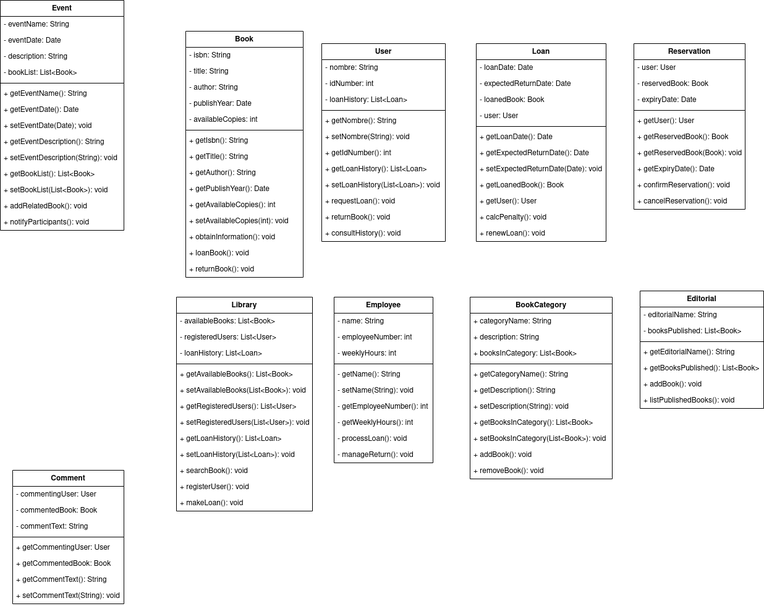
Before: proyecto/classdiagram/classdiagramlibrary.png, a diagram exported from draw.io (mackstm/ets). Source tidied: cells renumbered, new cells last; positions are measured from the earlier drawing's top-left corner, leaving out a move shared by most shapes.
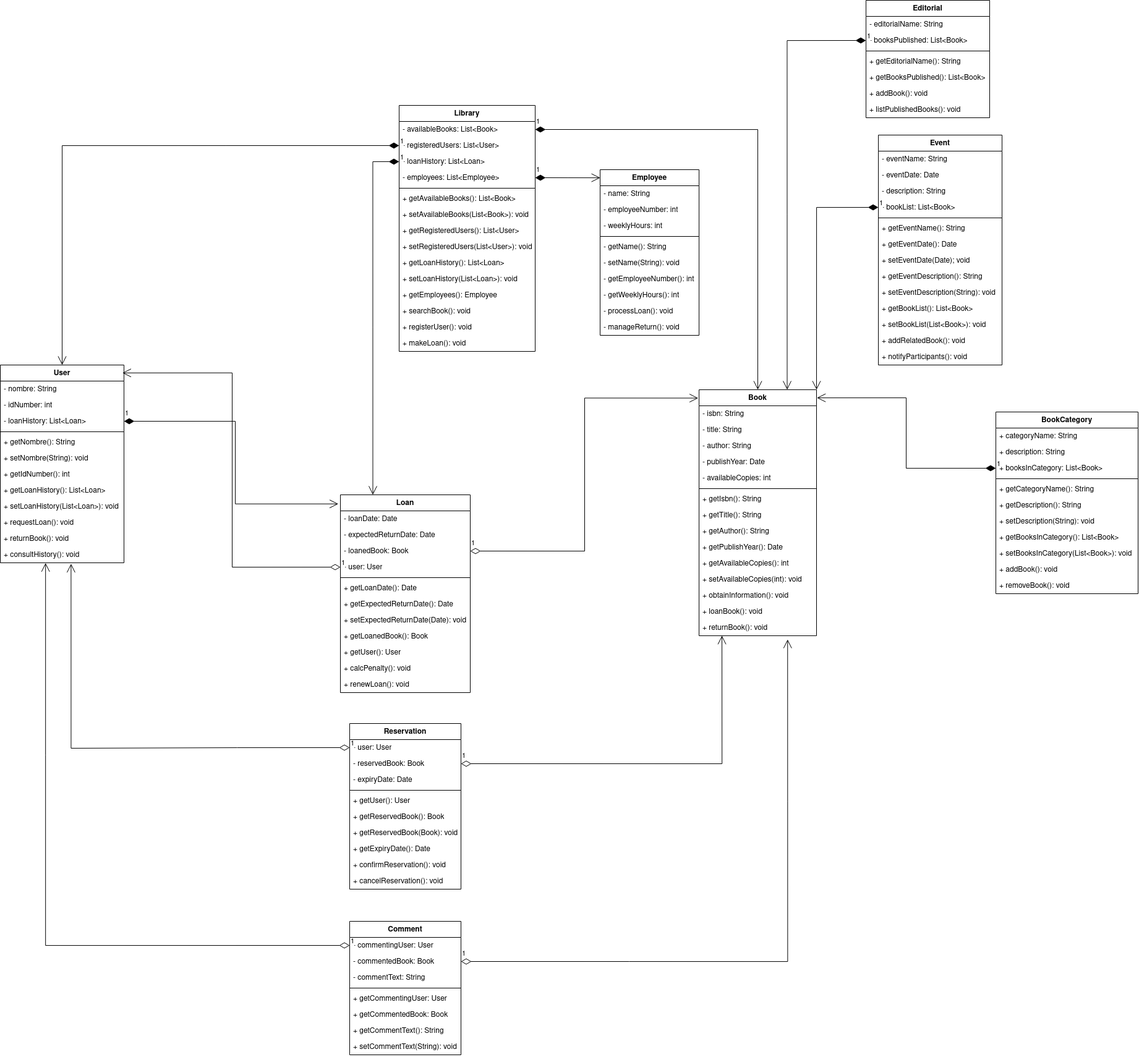
Later version of the same file.

Diff of the diagram source:
```diff
@@ -3,7 +3,7 @@
     <mxCell id="0" />
     <mxCell id="1" parent="0" />
     <mxCell id="2" value="Book" style="swimlane;fontStyle=1;align=center;verticalAlign=top;horizontal=1;startSize=26;whiteSpace=wrap;html=1;" parent="1" vertex="1">
-      <mxGeometry x="300" y="50" width="190" height="398" as="geometry" />
+      <mxGeometry x="630" y="770" width="190" height="398" as="geometry" />
     </mxCell>
     <mxCell id="3" value="- isbn: String" style="text;strokeColor=none;fillColor=none;align=left;verticalAlign=top;spacingLeft=4;spacingRight=4;overflow=hidden;whiteSpace=wrap;html=1;" parent="2" vertex="1">
       <mxGeometry y="26" width="190" height="26" as="geometry" />
@@ -51,7 +51,7 @@
       <mxGeometry y="372" width="190" height="26" as="geometry" />
     </mxCell>
     <mxCell id="18" value="Reservation" style="swimlane;fontStyle=1;align=center;verticalAlign=top;horizontal=1;startSize=26;whiteSpace=wrap;html=1;" parent="1" vertex="1">
-      <mxGeometry x="1025" y="70" width="180" height="268" as="geometry" />
+      <mxGeometry x="65" y="1310" width="180" height="268" as="geometry" />
     </mxCell>
     <mxCell id="19" value="- user: User" style="text;strokeColor=none;fillColor=none;align=left;verticalAlign=top;spacingLeft=4;spacingRight=4;overflow=hidden;points=[[0,0.5],[1,0.5]];portConstraint=eastwest;whiteSpace=wrap;html=1;" parent="18" vertex="1">
       <mxGeometry y="26" width="180" height="26" as="geometry" />
@@ -84,7 +84,7 @@
       <mxGeometry y="242" width="180" height="26" as="geometry" />
     </mxCell>
     <mxCell id="29" value="Library" style="swimlane;fontStyle=1;align=center;verticalAlign=top;horizontal=1;startSize=26;whiteSpace=wrap;html=1;" parent="1" vertex="1">
-      <mxGeometry x="285" y="480" width="220" height="346" as="geometry" />
+      <mxGeometry x="145" y="310" width="220" height="398" as="geometry" />
     </mxCell>
     <mxCell id="30" value="- availableBooks: List&amp;lt;Book&amp;gt;" style="text;strokeColor=none;fillColor=none;align=left;verticalAlign=top;spacingLeft=4;spacingRight=4;overflow=hidden;points=[[0,0.5],[1,0.5]];portConstraint=eastwest;whiteSpace=wrap;html=1;" parent="29" vertex="1">
       <mxGeometry y="26" width="220" height="26" as="geometry" />
@@ -95,38 +95,44 @@
     <mxCell id="32" value="- loanHistory: List&amp;lt;Loan&amp;gt;" style="text;strokeColor=none;fillColor=none;align=left;verticalAlign=top;spacingLeft=4;spacingRight=4;overflow=hidden;points=[[0,0.5],[1,0.5]];portConstraint=eastwest;whiteSpace=wrap;html=1;" parent="29" vertex="1">
       <mxGeometry y="78" width="220" height="26" as="geometry" />
     </mxCell>
+    <mxCell id="124" value="- employees: List&amp;lt;Employee&amp;gt;" style="text;strokeColor=none;fillColor=none;align=left;verticalAlign=top;spacingLeft=4;spacingRight=4;overflow=hidden;points=[[0,0.5],[1,0.5]];portConstraint=eastwest;whiteSpace=wrap;html=1;" parent="29" vertex="1">
+      <mxGeometry y="104" width="220" height="26" as="geometry" />
+    </mxCell>
     <mxCell id="33" style="line;strokeWidth=1;fillColor=none;align=left;verticalAlign=middle;spacingTop=-1;spacingLeft=3;spacingRight=3;labelPosition=right;strokeColor=inherit;" parent="29" vertex="1">
-      <mxGeometry y="104" width="220" height="8" as="geometry" />
+      <mxGeometry y="130" width="220" height="8" as="geometry" />
     </mxCell>
     <mxCell id="34" value="+ getAvailableBooks(): List&amp;lt;Book&amp;gt;" style="text;strokeColor=none;fillColor=none;align=left;verticalAlign=top;spacingLeft=4;spacingRight=4;overflow=hidden;whiteSpace=wrap;html=1;" parent="29" vertex="1">
-      <mxGeometry y="112" width="220" height="26" as="geometry" />
+      <mxGeometry y="138" width="220" height="26" as="geometry" />
     </mxCell>
     <mxCell id="35" value="+ setAvailableBooks(List&amp;lt;Book&amp;gt;): void" style="text;strokeColor=none;fillColor=none;align=left;verticalAlign=top;spacingLeft=4;spacingRight=4;overflow=hidden;whiteSpace=wrap;html=1;" parent="29" vertex="1">
-      <mxGeometry y="138" width="220" height="26" as="geometry" />
+      <mxGeometry y="164" width="220" height="26" as="geometry" />
     </mxCell>
     <mxCell id="36" value="+ getRegisteredUsers(): List&amp;lt;User&amp;gt;" style="text;strokeColor=none;fillColor=none;align=left;verticalAlign=top;spacingLeft=4;spacingRight=4;overflow=hidden;whiteSpace=wrap;html=1;" parent="29" vertex="1">
-      <mxGeometry y="164" width="220" height="26" as="geometry" />
+      <mxGeometry y="190" width="220" height="26" as="geometry" />
     </mxCell>
     <mxCell id="37" value="+ setRegisteredUsers(List&amp;lt;User&amp;gt;): void" style="text;strokeColor=none;fillColor=none;align=left;verticalAlign=top;spacingLeft=4;spacingRight=4;overflow=hidden;whiteSpace=wrap;html=1;" parent="29" vertex="1">
-      <mxGeometry y="190" width="220" height="26" as="geometry" />
+      <mxGeometry y="216" width="220" height="26" as="geometry" />
     </mxCell>
     <mxCell id="38" value="+ getLoanHistory(): List&amp;lt;Loan&amp;gt;" style="text;strokeColor=none;fillColor=none;align=left;verticalAlign=top;spacingLeft=4;spacingRight=4;overflow=hidden;whiteSpace=wrap;html=1;" parent="29" vertex="1">
-      <mxGeometry y="216" width="220" height="26" as="geometry" />
+      <mxGeometry y="242" width="220" height="26" as="geometry" />
     </mxCell>
     <mxCell id="39" value="+ setLoanHistory(List&amp;lt;Loan&amp;gt;): void" style="text;strokeColor=none;fillColor=none;align=left;verticalAlign=top;spacingLeft=4;spacingRight=4;overflow=hidden;whiteSpace=wrap;html=1;" parent="29" vertex="1">
-      <mxGeometry y="242" width="220" height="26" as="geometry" />
+      <mxGeometry y="268" width="220" height="26" as="geometry" />
     </mxCell>
+    <mxCell id="125" value="+ getEmployees(): Employee" style="text;strokeColor=none;fillColor=none;align=left;verticalAlign=top;spacingLeft=4;spacingRight=4;overflow=hidden;whiteSpace=wrap;html=1;" parent="29" vertex="1">
+      <mxGeometry y="294" width="220" height="26" as="geometry" />
+    </mxCell>
     <mxCell id="40" value="+ searchBook(): void" style="text;strokeColor=none;fillColor=none;align=left;verticalAlign=top;spacingLeft=4;spacingRight=4;overflow=hidden;whiteSpace=wrap;html=1;" parent="29" vertex="1">
-      <mxGeometry y="268" width="220" height="26" as="geometry" />
+      <mxGeometry y="320" width="220" height="26" as="geometry" />
     </mxCell>
     <mxCell id="41" value="+ registerUser(): void" style="text;strokeColor=none;fillColor=none;align=left;verticalAlign=top;spacingLeft=4;spacingRight=4;overflow=hidden;whiteSpace=wrap;html=1;" parent="29" vertex="1">
-      <mxGeometry y="294" width="220" height="26" as="geometry" />
+      <mxGeometry y="346" width="220" height="26" as="geometry" />
     </mxCell>
     <mxCell id="42" value="+ makeLoan(): void" style="text;strokeColor=none;fillColor=none;align=left;verticalAlign=top;spacingLeft=4;spacingRight=4;overflow=hidden;whiteSpace=wrap;html=1;" parent="29" vertex="1">
-      <mxGeometry y="320" width="220" height="26" as="geometry" />
+      <mxGeometry y="372" width="220" height="26" as="geometry" />
     </mxCell>
     <mxCell id="43" value="User" style="swimlane;fontStyle=1;align=center;verticalAlign=top;horizontal=1;startSize=26;whiteSpace=wrap;html=1;" parent="1" vertex="1">
-      <mxGeometry x="520" y="70" width="200" height="320" as="geometry" />
+      <mxGeometry x="-500" y="730" width="200" height="320" as="geometry" />
     </mxCell>
     <mxCell id="44" value="&lt;div&gt;- nombre: String&lt;br&gt;&lt;/div&gt;" style="text;strokeColor=none;fillColor=none;align=left;verticalAlign=top;spacingLeft=4;spacingRight=4;overflow=hidden;whiteSpace=wrap;html=1;" parent="43" vertex="1">
       <mxGeometry y="26" width="200" height="26" as="geometry" />
@@ -165,7 +171,7 @@
       <mxGeometry y="294" width="200" height="26" as="geometry" />
     </mxCell>
     <mxCell id="56" value="Event" style="swimlane;fontStyle=1;align=center;verticalAlign=top;horizontal=1;startSize=26;whiteSpace=wrap;html=1;" parent="1" vertex="1">
-      <mxGeometry width="200" height="372" as="geometry" />
+      <mxGeometry x="920" y="358" width="200" height="372" as="geometry" />
     </mxCell>
     <mxCell id="57" value="- eventName: String" style="text;strokeColor=none;fillColor=none;align=left;verticalAlign=top;spacingLeft=4;spacingRight=4;overflow=hidden;whiteSpace=wrap;html=1;" parent="56" vertex="1">
       <mxGeometry y="26" width="200" height="26" as="geometry" />
@@ -210,7 +216,7 @@
       <mxGeometry y="346" width="200" height="26" as="geometry" />
     </mxCell>
     <mxCell id="71" value="Employee" style="swimlane;fontStyle=1;align=center;verticalAlign=top;horizontal=1;startSize=26;whiteSpace=wrap;html=1;" parent="1" vertex="1">
-      <mxGeometry x="540" y="480" width="160" height="268" as="geometry" />
+      <mxGeometry x="470" y="414" width="160" height="268" as="geometry" />
     </mxCell>
     <mxCell id="72" value="- name: String" style="text;strokeColor=none;fillColor=none;align=left;verticalAlign=top;spacingLeft=4;spacingRight=4;overflow=hidden;whiteSpace=wrap;html=1;" parent="71" vertex="1">
       <mxGeometry y="26" width="160" height="26" as="geometry" />
@@ -243,7 +249,7 @@
       <mxGeometry y="242" width="160" height="26" as="geometry" />
     </mxCell>
     <mxCell id="82" value="BookCategory" style="swimlane;fontStyle=1;align=center;verticalAlign=top;horizontal=1;startSize=26;whiteSpace=wrap;html=1;" parent="1" vertex="1">
-      <mxGeometry x="760" y="480" width="230" height="294" as="geometry" />
+      <mxGeometry x="1110" y="806" width="230" height="294" as="geometry" />
     </mxCell>
     <mxCell id="83" value="+ categoryName: String" style="text;strokeColor=none;fillColor=none;align=left;verticalAlign=top;spacingLeft=4;spacingRight=4;overflow=hidden;whiteSpace=wrap;html=1;" parent="82" vertex="1">
       <mxGeometry y="26" width="230" height="26" as="geometry" />
@@ -279,7 +285,7 @@
       <mxGeometry y="268" width="230" height="26" as="geometry" />
     </mxCell>
     <mxCell id="94" value="Loan" style="swimlane;fontStyle=1;align=center;verticalAlign=top;horizontal=1;startSize=26;whiteSpace=wrap;html=1;" parent="1" vertex="1">
-      <mxGeometry x="770" y="70" width="210" height="320" as="geometry" />
+      <mxGeometry x="50" y="940" width="210" height="320" as="geometry" />
     </mxCell>
     <mxCell id="95" value="- loanDate: Date" style="text;strokeColor=none;fillColor=none;align=left;verticalAlign=top;spacingLeft=4;spacingRight=4;overflow=hidden;whiteSpace=wrap;html=1;" parent="94" vertex="1">
       <mxGeometry y="26" width="210" height="26" as="geometry" />
@@ -318,7 +324,7 @@
       <mxGeometry y="294" width="210" height="26" as="geometry" />
     </mxCell>
     <mxCell id="107" value="Editorial" style="swimlane;fontStyle=1;align=center;verticalAlign=top;horizontal=1;startSize=26;whiteSpace=wrap;html=1;" parent="1" vertex="1">
-      <mxGeometry x="1035" y="470" width="200" height="190" as="geometry" />
+      <mxGeometry x="900" y="140" width="200" height="190" as="geometry" />
     </mxCell>
     <mxCell id="108" value="- editorialName: String" style="text;strokeColor=none;fillColor=none;align=left;verticalAlign=top;spacingLeft=4;spacingRight=4;overflow=hidden;whiteSpace=wrap;html=1;" parent="107" vertex="1">
       <mxGeometry y="26" width="200" height="26" as="geometry" />
@@ -342,7 +348,7 @@
       <mxGeometry y="164" width="200" height="26" as="geometry" />
     </mxCell>
     <mxCell id="115" value="Comment" style="swimlane;fontStyle=1;align=center;verticalAlign=top;horizontal=1;startSize=26;whiteSpace=wrap;html=1;" parent="1" vertex="1">
-      <mxGeometry x="20" y="760" width="180" height="216" as="geometry" />
+      <mxGeometry x="65" y="1630" width="180" height="216" as="geometry" />
     </mxCell>
     <mxCell id="116" value="- commentingUser: User" style="text;strokeColor=none;fillColor=none;align=left;verticalAlign=top;spacingLeft=4;spacingRight=4;overflow=hidden;points=[[0,0.5],[1,0.5]];portConstraint=eastwest;whiteSpace=wrap;html=1;" parent="115" vertex="1">
       <mxGeometry y="26" width="180" height="26" as="geometry" />
@@ -368,5 +374,61 @@
     <mxCell id="123" value="+ setCommentText(String): void" style="text;strokeColor=none;fillColor=none;align=left;verticalAlign=top;spacingLeft=4;spacingRight=4;overflow=hidden;whiteSpace=wrap;html=1;" parent="115" vertex="1">
       <mxGeometry y="190" width="180" height="26" as="geometry" />
     </mxCell>
+    <mxCell id="126" value="1" style="endArrow=open;html=1;endSize=12;startArrow=diamondThin;startSize=14;startFill=1;edgeStyle=orthogonalEdgeStyle;align=left;verticalAlign=bottom;rounded=0;exitX=1;exitY=0.5;exitDx=0;exitDy=0;entryX=-0.016;entryY=0.046;entryDx=0;entryDy=0;entryPerimeter=0;" parent="1" edge="1" source="46" target="94">
+      <mxGeometry x="-1" y="3" relative="1" as="geometry">
+        <Array as="points">
+          <mxPoint x="-120" y="821" />
+          <mxPoint x="-120" y="955" />
+        </Array>
+      </mxGeometry>
+    </mxCell>
+    <mxCell id="127" value="1" style="endArrow=open;html=1;endSize=12;startArrow=diamondThin;startSize=14;startFill=0;edgeStyle=orthogonalEdgeStyle;align=left;verticalAlign=bottom;rounded=0;exitX=1;exitY=0.5;exitDx=0;exitDy=0;entryX=-0.007;entryY=0.034;entryDx=0;entryDy=0;entryPerimeter=0;" parent="1" edge="1" source="97" target="2">
+      <mxGeometry x="-1" y="3" relative="1" as="geometry" />
+    </mxCell>
+    <mxCell id="128" value="1" style="endArrow=open;html=1;endSize=12;startArrow=diamondThin;startSize=14;startFill=0;edgeStyle=orthogonalEdgeStyle;align=left;verticalAlign=bottom;rounded=0;exitX=0;exitY=0.5;exitDx=0;exitDy=0;entryX=0.987;entryY=0.04;entryDx=0;entryDy=0;entryPerimeter=0;" parent="1" edge="1" source="98" target="43">
+      <mxGeometry x="-1" y="3" relative="1" as="geometry" />
+    </mxCell>
+    <mxCell id="129" value="1" style="endArrow=open;html=1;endSize=12;startArrow=diamondThin;startSize=14;startFill=1;edgeStyle=orthogonalEdgeStyle;align=left;verticalAlign=bottom;rounded=0;exitX=1;exitY=0.5;exitDx=0;exitDy=0;entryX=0.5;entryY=0;entryDx=0;entryDy=0;" parent="1" edge="1" source="30" target="2">
+      <mxGeometry x="-1" y="3" relative="1" as="geometry" />
+    </mxCell>
+    <mxCell id="130" value="1" style="endArrow=open;html=1;endSize=12;startArrow=diamondThin;startSize=14;startFill=1;edgeStyle=orthogonalEdgeStyle;align=left;verticalAlign=bottom;rounded=0;exitX=0;exitY=0.5;exitDx=0;exitDy=0;entryX=0.5;entryY=0;entryDx=0;entryDy=0;" parent="1" edge="1" source="31" target="43">
+      <mxGeometry x="-1" y="3" relative="1" as="geometry" />
+    </mxCell>
+    <mxCell id="131" value="1" style="endArrow=open;html=1;endSize=12;startArrow=diamondThin;startSize=14;startFill=1;edgeStyle=orthogonalEdgeStyle;align=left;verticalAlign=bottom;rounded=0;exitX=0;exitY=0.5;exitDx=0;exitDy=0;entryX=0.25;entryY=0;entryDx=0;entryDy=0;" parent="1" edge="1" source="32" target="94">
+      <mxGeometry x="-1" y="3" relative="1" as="geometry" />
+    </mxCell>
+    <mxCell id="132" value="1" style="endArrow=open;html=1;endSize=12;startArrow=diamondThin;startSize=14;startFill=1;edgeStyle=orthogonalEdgeStyle;align=left;verticalAlign=bottom;rounded=0;exitX=1;exitY=0.5;exitDx=0;exitDy=0;entryX=0.001;entryY=0.049;entryDx=0;entryDy=0;entryPerimeter=0;" parent="1" edge="1" source="124" target="71">
+      <mxGeometry x="-1" y="3" relative="1" as="geometry" />
+    </mxCell>
+    <mxCell id="133" value="1" style="endArrow=open;html=1;endSize=12;startArrow=diamondThin;startSize=14;startFill=1;edgeStyle=orthogonalEdgeStyle;align=left;verticalAlign=bottom;rounded=0;exitX=0;exitY=0.5;exitDx=0;exitDy=0;entryX=1.003;entryY=0.033;entryDx=0;entryDy=0;entryPerimeter=0;" parent="1" edge="1" source="85" target="2">
+      <mxGeometry x="-1" y="3" relative="1" as="geometry" />
+    </mxCell>
+    <mxCell id="134" value="1" style="endArrow=open;html=1;endSize=12;startArrow=diamondThin;startSize=14;startFill=1;edgeStyle=orthogonalEdgeStyle;align=left;verticalAlign=bottom;rounded=0;exitX=0;exitY=0.5;exitDx=0;exitDy=0;entryX=0.75;entryY=0;entryDx=0;entryDy=0;" parent="1" edge="1" source="109" target="2">
+      <mxGeometry x="-1" y="3" relative="1" as="geometry" />
+    </mxCell>
+    <mxCell id="135" value="1" style="endArrow=open;html=1;endSize=12;startArrow=diamondThin;startSize=14;startFill=1;edgeStyle=orthogonalEdgeStyle;align=left;verticalAlign=bottom;rounded=0;exitX=0;exitY=0.5;exitDx=0;exitDy=0;entryX=1;entryY=0;entryDx=0;entryDy=0;" parent="1" edge="1" source="60" target="2">
+      <mxGeometry x="-1" y="3" relative="1" as="geometry" />
+    </mxCell>
+    <mxCell id="136" value="1" style="endArrow=open;html=1;endSize=12;startArrow=diamondThin;startSize=14;startFill=0;edgeStyle=orthogonalEdgeStyle;align=left;verticalAlign=bottom;rounded=0;exitX=0;exitY=0.5;exitDx=0;exitDy=0;entryX=0.572;entryY=1.058;entryDx=0;entryDy=0;entryPerimeter=0;" parent="1" edge="1" source="19" target="55">
+      <mxGeometry x="-1" y="3" relative="1" as="geometry">
+        <Array as="points">
+          <mxPoint x="-117" y="1349" />
+          <mxPoint x="-386" y="1350" />
+        </Array>
+      </mxGeometry>
+    </mxCell>
+    <mxCell id="137" value="1" style="endArrow=open;html=1;endSize=12;startArrow=diamondThin;startSize=14;startFill=0;edgeStyle=orthogonalEdgeStyle;align=left;verticalAlign=bottom;rounded=0;exitX=1;exitY=0.5;exitDx=0;exitDy=0;entryX=0.195;entryY=0.99;entryDx=0;entryDy=0;entryPerimeter=0;" parent="1" edge="1" source="20" target="17">
+      <mxGeometry x="-1" y="3" relative="1" as="geometry" />
+    </mxCell>
+    <mxCell id="138" value="1" style="endArrow=open;html=1;endSize=12;startArrow=diamondThin;startSize=14;startFill=0;edgeStyle=orthogonalEdgeStyle;align=left;verticalAlign=bottom;rounded=0;exitX=0;exitY=0.5;exitDx=0;exitDy=0;entryX=0.366;entryY=1.01;entryDx=0;entryDy=0;entryPerimeter=0;" parent="1" edge="1" source="116" target="55">
+      <mxGeometry x="-1" y="3" relative="1" as="geometry" />
+    </mxCell>
+    <mxCell id="139" value="1" style="endArrow=open;html=1;endSize=12;startArrow=diamondThin;startSize=14;startFill=0;edgeStyle=orthogonalEdgeStyle;align=left;verticalAlign=bottom;rounded=0;exitX=1;exitY=0.5;exitDx=0;exitDy=0;entryX=0.754;entryY=1.231;entryDx=0;entryDy=0;entryPerimeter=0;" parent="1" edge="1" source="117" target="17">
+      <mxGeometry x="-1" y="3" relative="1" as="geometry">
+        <Array as="points">
+          <mxPoint x="773" y="1695" />
+        </Array>
+      </mxGeometry>
+    </mxCell>
   </root>
 </mxGraphModel>
```
